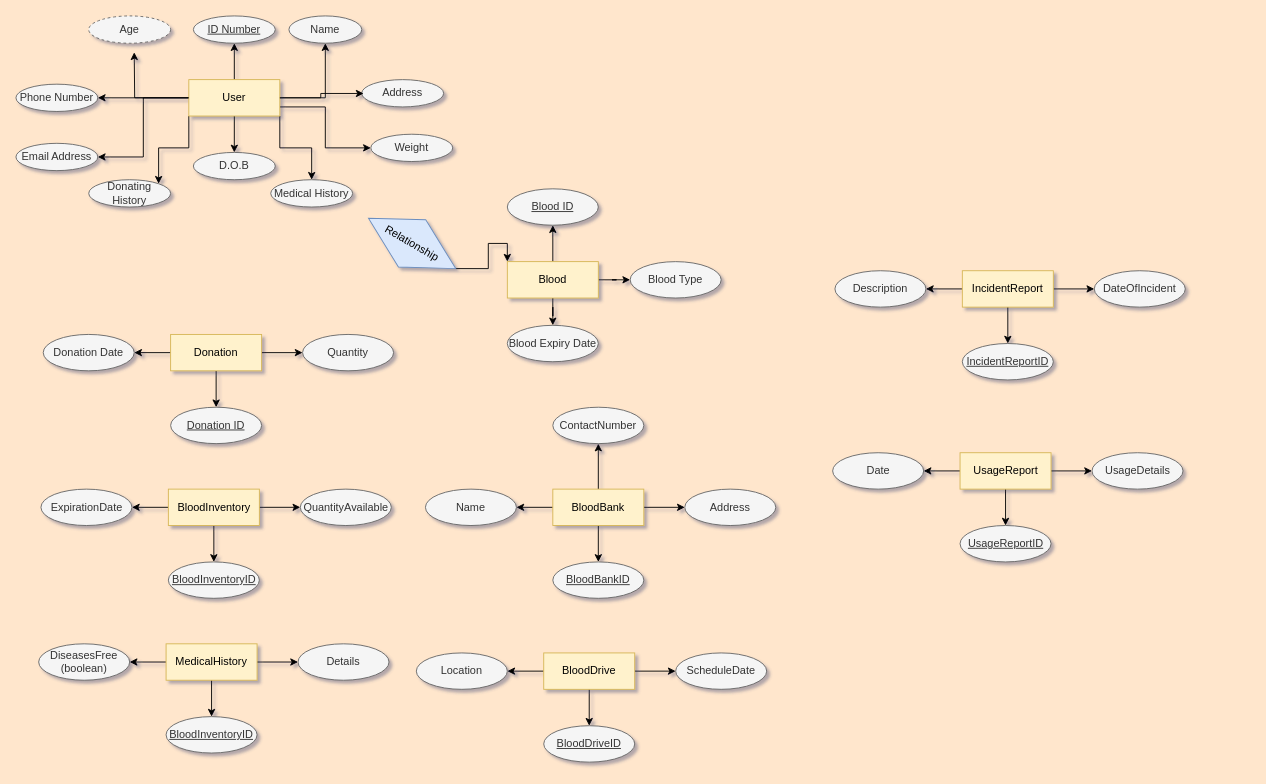
NawafSD/BloodDonationSystem keeps this draw.io diagram as page "Page-1" (1 of 2) of EER Diagram/BloodDonationSystem.drawio. Above is the earlier version. Source tidied: cells renumbered, new cells numbered last; positions are measured from the earlier drawing's top-left corner, leaving out a move shared by most shapes. Both pictures are drawn from the tidied source at 91%, with x=0, y=0 at pixel (15, 15).
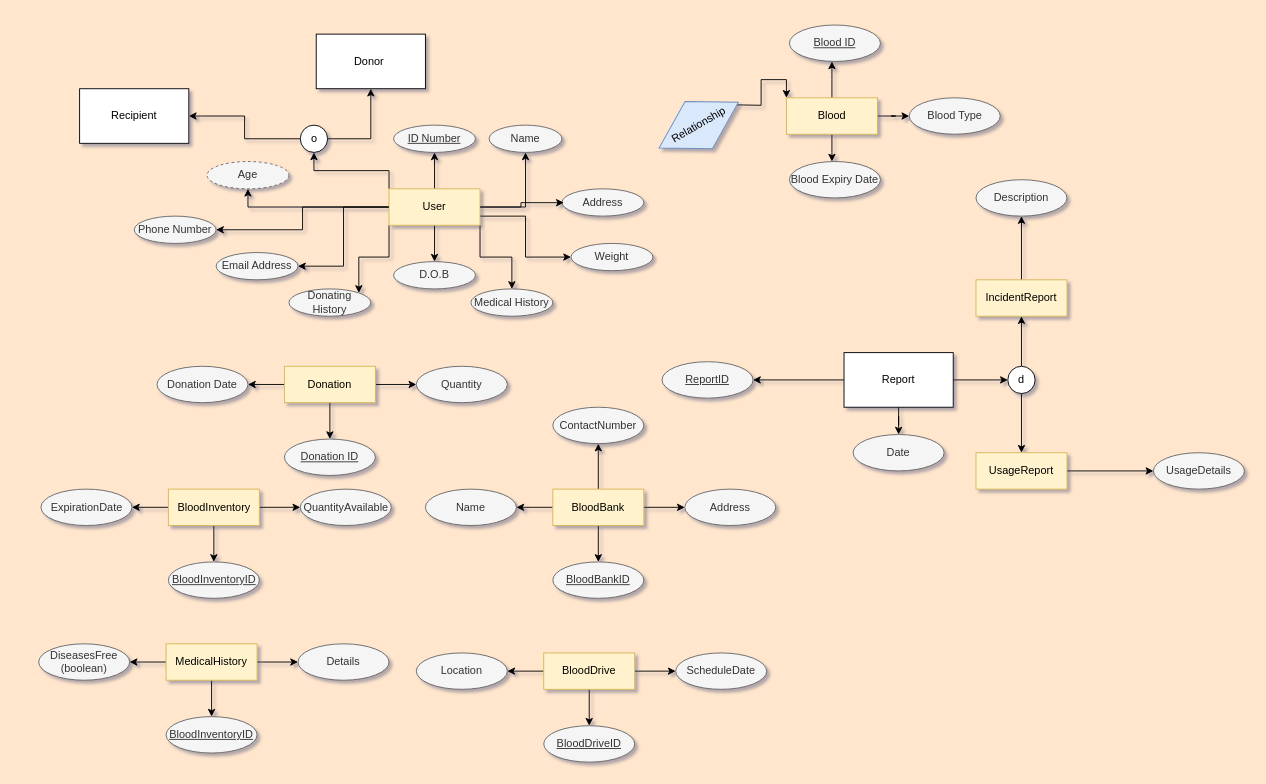
After the change.

Diff of the diagram source:
```diff
@@
-    <mxCell id="4" style="edgeStyle=orthogonalEdgeStyle;rounded=0;jettySize=auto;html=1;" parent="1" edge="1" source="10">
-      <mxGeometry relative="1" as="geometry">
-        <mxPoint x="130" y="40" as="targetPoint" />
-      </mxGeometry>
+    <mxCell id="4" style="edgeStyle=orthogonalEdgeStyle;rounded=0;jettySize=auto;html=1;entryX=0.5;entryY=1;entryDx=0;entryDy=0;" parent="1" edge="1" source="10" target="13">
+      <mxGeometry relative="1" as="geometry" />
     </mxCell>
@@
+    <mxCell id="83" style="edgeStyle=orthogonalEdgeStyle;rounded=0;jettySize=auto;html=1;exitX=0;exitY=0;exitDx=0;exitDy=0;entryX=0.5;entryY=1;entryDx=0;entryDy=0;" parent="1" edge="1" source="10" target="95">
+      <mxGeometry relative="1" as="geometry" />
+    </mxCell>
     <mxCell id="10" value="User" style="whiteSpace=wrap;html=1;align=center;fillColor=#fff2cc;strokeColor=#d6b656;" parent="1" vertex="1">
-      <mxGeometry x="190" y="70" width="100" height="40" as="geometry" />
+      <mxGeometry x="410" y="190" width="100" height="40" as="geometry" />
     </mxCell>
     <mxCell id="11" value="ID Number" style="ellipse;whiteSpace=wrap;html=1;align=center;fontStyle=4;fillColor=#f5f5f5;strokeColor=#666666;fontColor=#333333;" parent="1" vertex="1">
-      <mxGeometry x="195" width="90" height="30" as="geometry" />
+      <mxGeometry x="415" y="120" width="90" height="30" as="geometry" />
     </mxCell>
     <mxCell id="12" value="Name" style="ellipse;whiteSpace=wrap;html=1;align=center;fillColor=#f5f5f5;strokeColor=#666666;fontColor=#333333;" parent="1" vertex="1">
-      <mxGeometry x="300" width="80" height="30" as="geometry" />
+      <mxGeometry x="520" y="120" width="80" height="30" as="geometry" />
     </mxCell>
     <mxCell id="13" value="Age" style="ellipse;whiteSpace=wrap;html=1;align=center;dashed=1;fillColor=#f5f5f5;strokeColor=#666666;fontColor=#333333;" parent="1" vertex="1">
-      <mxGeometry x="80" width="90" height="30" as="geometry" />
+      <mxGeometry x="210" y="160" width="90" height="30" as="geometry" />
     </mxCell>
     <mxCell id="14" value="D.O.B" style="ellipse;whiteSpace=wrap;html=1;align=center;fillColor=#f5f5f5;strokeColor=#666666;fontColor=#333333;" parent="1" vertex="1">
-      <mxGeometry x="195" y="150" width="90" height="30" as="geometry" />
+      <mxGeometry x="415" y="270" width="90" height="30" as="geometry" />
     </mxCell>
     <mxCell id="15" value="Address" style="ellipse;whiteSpace=wrap;html=1;align=center;fillColor=#f5f5f5;strokeColor=#666666;fontColor=#333333;" parent="1" vertex="1">
-      <mxGeometry x="380" y="70" width="90" height="30" as="geometry" />
+      <mxGeometry x="600" y="190" width="90" height="30" as="geometry" />
     </mxCell>
     <mxCell id="16" style="edgeStyle=orthogonalEdgeStyle;rounded=0;jettySize=auto;html=1;entryX=0.023;entryY=0.508;entryDx=0;entryDy=0;entryPerimeter=0;" parent="1" edge="1" source="10" target="15">
-      <mxGeometry relative="1" as="geometry" />
+      <mxGeometry relative="1" as="geometry">
+        <Array as="points">
+          <mxPoint x="555" y="210" />
+          <mxPoint x="555" y="205" />
+        </Array>
+      </mxGeometry>
     </mxCell>
     <mxCell id="17" value="Phone Number" style="ellipse;whiteSpace=wrap;html=1;align=center;fillColor=#f5f5f5;strokeColor=#666666;fontColor=#333333;" parent="1" vertex="1">
-      <mxGeometry y="75" width="90" height="30" as="geometry" />
+      <mxGeometry x="130" y="220" width="90" height="30" as="geometry" />
     </mxCell>
     <mxCell id="18" value="Email Address" style="ellipse;whiteSpace=wrap;html=1;align=center;fillColor=#f5f5f5;strokeColor=#666666;fontColor=#333333;" parent="1" vertex="1">
-      <mxGeometry y="140" width="90" height="30" as="geometry" />
+      <mxGeometry x="220" y="260" width="90" height="30" as="geometry" />
     </mxCell>
@@
     <mxCell id="20" value="Weight" style="ellipse;whiteSpace=wrap;html=1;align=center;fillColor=#f5f5f5;strokeColor=#666666;fontColor=#333333;" parent="1" vertex="1">
-      <mxGeometry x="390" y="130" width="90" height="30" as="geometry" />
+      <mxGeometry x="610" y="250" width="90" height="30" as="geometry" />
     </mxCell>
     <mxCell id="21" value="Medical History" style="ellipse;whiteSpace=wrap;html=1;align=center;fillColor=#f5f5f5;strokeColor=#666666;fontColor=#333333;" parent="1" vertex="1">
-      <mxGeometry x="280" y="180" width="90" height="30" as="geometry" />
+      <mxGeometry x="500" y="300" width="90" height="30" as="geometry" />
     </mxCell>
     <mxCell id="22" value="Donating History" style="ellipse;whiteSpace=wrap;html=1;align=center;fillColor=#f5f5f5;strokeColor=#666666;fontColor=#333333;" parent="1" vertex="1">
-      <mxGeometry x="80" y="180" width="90" height="30" as="geometry" />
+      <mxGeometry x="300" y="300" width="90" height="30" as="geometry" />
     </mxCell>
-    <mxCell id="23" style="edgeStyle=orthogonalEdgeStyle;rounded=0;jettySize=auto;html=1;" parent="1" edge="1" source="26" target="27">
-      <mxGeometry relative="1" as="geometry" />
+    <mxCell id="23" style="edgeStyle=orthogonalEdgeStyle;rounded=0;jettySize=auto;html=1;" parent="1" edge="1" source="26">
+      <mxGeometry relative="1" as="geometry">
+        <mxPoint x="896.7" y="50" as="targetPoint" />
+      </mxGeometry>
     </mxCell>
@@
-    <mxCell id="25" style="edgeStyle=orthogonalEdgeStyle;rounded=0;jettySize=auto;html=1;" parent="1" edge="1" source="26" target="29">
-      <mxGeometry relative="1" as="geometry" />
+    <mxCell id="25" style="edgeStyle=orthogonalEdgeStyle;rounded=0;jettySize=auto;html=1;" parent="1" edge="1" source="26">
+      <mxGeometry relative="1" as="geometry">
+        <mxPoint x="896.7" y="160" as="targetPoint" />
+      </mxGeometry>
     </mxCell>
     <mxCell id="26" value="Blood" style="whiteSpace=wrap;html=1;align=center;fillColor=#fff2cc;strokeColor=#d6b656;" parent="1" vertex="1">
-      <mxGeometry x="540" y="270" width="100" height="40" as="geometry" />
+      <mxGeometry x="846.7" y="90" width="100" height="40" as="geometry" />
     </mxCell>
     <mxCell id="27" value="Blood ID" style="ellipse;whiteSpace=wrap;html=1;align=center;fontStyle=4;fillColor=#f5f5f5;strokeColor=#666666;fontColor=#333333;" parent="1" vertex="1">
-      <mxGeometry x="540" y="190" width="100" height="40" as="geometry" />
+      <mxGeometry x="850" y="10" width="100" height="40" as="geometry" />
     </mxCell>
     <mxCell id="28" value="Blood Type" style="ellipse;whiteSpace=wrap;html=1;align=center;fillColor=#f5f5f5;strokeColor=#666666;fontColor=#333333;" parent="1" vertex="1">
-      <mxGeometry x="675" y="270" width="100" height="40" as="geometry" />
+      <mxGeometry x="981.7" y="90" width="100" height="40" as="geometry" />
     </mxCell>
     <mxCell id="29" value="Blood Expiry Date" style="ellipse;whiteSpace=wrap;html=1;align=center;fillColor=#f5f5f5;strokeColor=#666666;fontColor=#333333;" parent="1" vertex="1">
-      <mxGeometry x="540" y="340" width="100" height="40" as="geometry" />
+      <mxGeometry x="850" y="160" width="100" height="40" as="geometry" />
     </mxCell>
-    <mxCell id="30" style="edgeStyle=orthogonalEdgeStyle;rounded=0;jettySize=auto;html=1;exitX=1;exitY=0.5;exitDx=0;exitDy=0;entryX=0;entryY=0;entryDx=0;entryDy=0;" parent="1" edge="1" source="31" target="26">
-      <mxGeometry relative="1" as="geometry" />
+    <mxCell id="30" style="edgeStyle=orthogonalEdgeStyle;rounded=0;jettySize=auto;html=1;exitX=1;exitY=0.5;exitDx=0;exitDy=0;entryX=0;entryY=0;entryDx=0;entryDy=0;" parent="1" edge="1" target="26">
+      <mxGeometry relative="1" as="geometry">
+        <mxPoint x="790" y="97.7" as="sourcePoint" />
+      </mxGeometry>
     </mxCell>
-    <mxCell id="31" value="Relationship" style="shape=rhombus;perimeter=rhombusPerimeter;whiteSpace=wrap;html=1;align=center;rotation=30;fillColor=#dae8fc;strokeColor=#6c8ebf;" parent="1" vertex="1">
-      <mxGeometry x="380" y="220" width="110.7" height="60" as="geometry" />
+    <mxCell id="31" value="Relationship" style="shape=rhombus;perimeter=rhombusPerimeter;whiteSpace=wrap;html=1;align=center;rotation=-30;fillColor=#dae8fc;strokeColor=#6c8ebf;" parent="1" vertex="1">
+      <mxGeometry x="700" y="90" width="100.7" height="60" as="geometry" />
     </mxCell>
@@
     <mxCell id="35" value="Donation" style="whiteSpace=wrap;html=1;align=center;fillColor=#fff2cc;strokeColor=#d6b656;" parent="1" vertex="1">
-      <mxGeometry x="170" y="350" width="100" height="40" as="geometry" />
+      <mxGeometry x="295" y="385" width="100" height="40" as="geometry" />
     </mxCell>
     <mxCell id="36" value="Donation ID" style="ellipse;whiteSpace=wrap;html=1;align=center;fontStyle=4;fillColor=#f5f5f5;strokeColor=#666666;fontColor=#333333;" parent="1" vertex="1">
-      <mxGeometry x="170" y="430" width="100" height="40" as="geometry" />
+      <mxGeometry x="295" y="465" width="100" height="40" as="geometry" />
     </mxCell>
     <mxCell id="37" value="Donation Date" style="ellipse;whiteSpace=wrap;html=1;align=center;fillColor=#f5f5f5;strokeColor=#666666;fontColor=#333333;" parent="1" vertex="1">
-      <mxGeometry x="30" y="350" width="100" height="40" as="geometry" />
+      <mxGeometry x="155" y="385" width="100" height="40" as="geometry" />
     </mxCell>
     <mxCell id="38" value="Quantity" style="ellipse;whiteSpace=wrap;html=1;align=center;fillColor=#f5f5f5;strokeColor=#666666;fontColor=#333333;" parent="1" vertex="1">
-      <mxGeometry x="315" y="350" width="100" height="40" as="geometry" />
+      <mxGeometry x="440" y="385" width="100" height="40" as="geometry" />
     </mxCell>
@@
-    <mxCell id="69" style="edgeStyle=orthogonalEdgeStyle;rounded=0;jettySize=auto;html=1;entryX=1;entryY=0.5;entryDx=0;entryDy=0;" parent="1" edge="1" source="72" target="74">
+    <mxCell id="69" style="edgeStyle=orthogonalEdgeStyle;rounded=0;jettySize=auto;html=1;exitX=0.5;exitY=0;exitDx=0;exitDy=0;entryX=0.5;entryY=1;entryDx=0;entryDy=0;" parent="1" edge="1" source="72" target="74">
       <mxGeometry relative="1" as="geometry" />
     </mxCell>
-    <mxCell id="70" style="edgeStyle=orthogonalEdgeStyle;rounded=0;jettySize=auto;html=1;entryX=0;entryY=0.5;entryDx=0;entryDy=0;" parent="1" edge="1" source="72" target="75">
-      <mxGeometry relative="1" as="geometry" />
-    </mxCell>
-    <mxCell id="71" style="edgeStyle=orthogonalEdgeStyle;rounded=0;jettySize=auto;html=1;entryX=0.5;entryY=0;entryDx=0;entryDy=0;" parent="1" edge="1" source="72" target="73">
-      <mxGeometry relative="1" as="geometry" />
-    </mxCell>
     <mxCell id="72" value="IncidentReport" style="whiteSpace=wrap;html=1;align=center;fillColor=#fff2cc;strokeColor=#d6b656;" parent="1" vertex="1">
-      <mxGeometry x="1040" y="280" width="100" height="40" as="geometry" />
+      <mxGeometry x="1055" y="290" width="100" height="40" as="geometry" />
     </mxCell>
-    <mxCell id="73" value="IncidentReportID" style="ellipse;whiteSpace=wrap;html=1;align=center;fontStyle=4;fillColor=#f5f5f5;strokeColor=#666666;fontColor=#333333;" parent="1" vertex="1">
-      <mxGeometry x="1040" y="360" width="100" height="40" as="geometry" />
+    <mxCell id="73" value="ReportID" style="ellipse;whiteSpace=wrap;html=1;align=center;fontStyle=4;fillColor=#f5f5f5;strokeColor=#666666;fontColor=#333333;" parent="1" vertex="1">
+      <mxGeometry x="710" y="380" width="100" height="40" as="geometry" />
     </mxCell>
     <mxCell id="74" value="Description" style="ellipse;whiteSpace=wrap;html=1;align=center;fillColor=#f5f5f5;strokeColor=#666666;fontColor=#333333;" parent="1" vertex="1">
-      <mxGeometry x="900" y="280" width="100" height="40" as="geometry" />
+      <mxGeometry x="1055" y="180" width="100" height="40" as="geometry" />
     </mxCell>
-    <mxCell id="75" value="DateOfIncident" style="ellipse;whiteSpace=wrap;html=1;align=center;fillColor=#f5f5f5;strokeColor=#666666;fontColor=#333333;" parent="1" vertex="1">
-      <mxGeometry x="1185" y="280" width="100" height="40" as="geometry" />
-    </mxCell>
-    <mxCell id="76" style="edgeStyle=orthogonalEdgeStyle;rounded=0;jettySize=auto;html=1;entryX=1;entryY=0.5;entryDx=0;entryDy=0;" parent="1" edge="1" source="79" target="81">
-      <mxGeometry relative="1" as="geometry" />
-    </mxCell>
@@
-    <mxCell id="78" style="edgeStyle=orthogonalEdgeStyle;rounded=0;jettySize=auto;html=1;entryX=0.5;entryY=0;entryDx=0;entryDy=0;" parent="1" edge="1" source="79" target="80">
-      <mxGeometry relative="1" as="geometry" />
-    </mxCell>
     <mxCell id="79" value="UsageReport" style="whiteSpace=wrap;html=1;align=center;fillColor=#fff2cc;strokeColor=#d6b656;" parent="1" vertex="1">
-      <mxGeometry x="1037.5" y="480" width="100" height="40" as="geometry" />
+      <mxGeometry x="1055" y="480" width="100" height="40" as="geometry" />
     </mxCell>
-    <mxCell id="80" value="UsageReportID" style="ellipse;whiteSpace=wrap;html=1;align=center;fontStyle=4;fillColor=#f5f5f5;strokeColor=#666666;fontColor=#333333;" parent="1" vertex="1">
-      <mxGeometry x="1037.5" y="560" width="100" height="40" as="geometry" />
-    </mxCell>
     <mxCell id="81" value="Date" style="ellipse;whiteSpace=wrap;html=1;align=center;fillColor=#f5f5f5;strokeColor=#666666;fontColor=#333333;" parent="1" vertex="1">
-      <mxGeometry x="897.5" y="480" width="100" height="40" as="geometry" />
+      <mxGeometry x="920" y="460" width="100" height="40" as="geometry" />
     </mxCell>
     <mxCell id="82" value="UsageDetails" style="ellipse;whiteSpace=wrap;html=1;align=center;fillColor=#f5f5f5;strokeColor=#666666;fontColor=#333333;" parent="1" vertex="1">
-      <mxGeometry x="1182.5" y="480" width="100" height="40" as="geometry" />
+      <mxGeometry x="1250" y="480" width="100" height="40" as="geometry" />
     </mxCell>
+    <mxCell id="84" style="edgeStyle=orthogonalEdgeStyle;rounded=0;jettySize=auto;html=1;" parent="1" edge="1" source="87" target="81">
+      <mxGeometry relative="1" as="geometry" />
+    </mxCell>
+    <mxCell id="85" style="edgeStyle=orthogonalEdgeStyle;rounded=0;jettySize=auto;html=1;exitX=0;exitY=0.5;exitDx=0;exitDy=0;entryX=1;entryY=0.5;entryDx=0;entryDy=0;" parent="1" edge="1" source="87" target="73">
+      <mxGeometry relative="1" as="geometry" />
+    </mxCell>
+    <mxCell id="86" style="edgeStyle=orthogonalEdgeStyle;rounded=0;jettySize=auto;html=1;exitX=1;exitY=0.5;exitDx=0;exitDy=0;" parent="1" edge="1" source="87" target="90">
+      <mxGeometry relative="1" as="geometry" />
+    </mxCell>
+    <mxCell id="87" value="Report" style="rounded=0;whiteSpace=wrap;html=1;" parent="1" vertex="1">
+      <mxGeometry x="910" y="370" width="120" height="60" as="geometry" />
+    </mxCell>
+    <mxCell id="88" style="edgeStyle=orthogonalEdgeStyle;rounded=0;jettySize=auto;html=1;exitX=0.5;exitY=1;exitDx=0;exitDy=0;entryX=0.5;entryY=0;entryDx=0;entryDy=0;" parent="1" edge="1" source="90" target="79">
+      <mxGeometry relative="1" as="geometry" />
+    </mxCell>
+    <mxCell id="89" style="edgeStyle=orthogonalEdgeStyle;rounded=0;jettySize=auto;html=1;exitX=0.5;exitY=0;exitDx=0;exitDy=0;entryX=0.5;entryY=1;entryDx=0;entryDy=0;" parent="1" edge="1" source="90" target="72">
+      <mxGeometry relative="1" as="geometry" />
+    </mxCell>
+    <mxCell id="90" value="d" style="ellipse;whiteSpace=wrap;html=1;" parent="1" vertex="1">
+      <mxGeometry x="1090" y="385" width="30" height="30" as="geometry" />
+    </mxCell>
+    <mxCell id="91" value="Donor&amp;nbsp;" style="rounded=0;whiteSpace=wrap;html=1;" parent="1" vertex="1">
+      <mxGeometry x="330" y="20" width="120" height="60" as="geometry" />
+    </mxCell>
+    <mxCell id="92" value="Recipient" style="rounded=0;whiteSpace=wrap;html=1;" parent="1" vertex="1">
+      <mxGeometry x="70" y="80" width="120" height="60" as="geometry" />
+    </mxCell>
+    <mxCell id="93" style="edgeStyle=orthogonalEdgeStyle;rounded=0;jettySize=auto;html=1;exitX=1;exitY=0.5;exitDx=0;exitDy=0;entryX=0.5;entryY=1;entryDx=0;entryDy=0;" parent="1" edge="1" source="95" target="91">
+      <mxGeometry relative="1" as="geometry" />
+    </mxCell>
+    <mxCell id="94" style="edgeStyle=orthogonalEdgeStyle;rounded=0;jettySize=auto;html=1;exitX=0;exitY=0.5;exitDx=0;exitDy=0;entryX=1;entryY=0.5;entryDx=0;entryDy=0;" parent="1" edge="1" source="95" target="92">
+      <mxGeometry relative="1" as="geometry" />
+    </mxCell>
+    <mxCell id="95" value="o" style="ellipse;whiteSpace=wrap;html=1;" parent="1" vertex="1">
+      <mxGeometry x="312.5" y="120" width="30" height="30" as="geometry" />
+    </mxCell>
```
